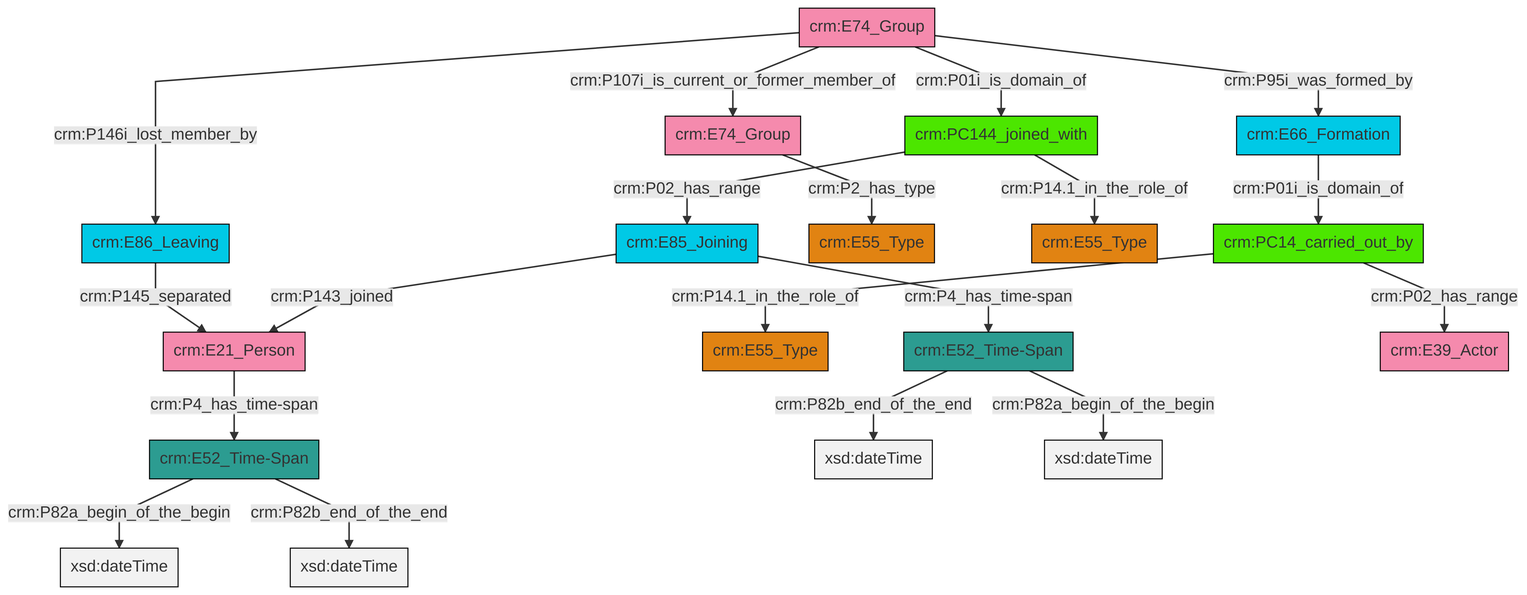
Before: et/groupCSV/ttl/mmd/png/group_actor_relations.png, a diagram exported from Mermaid (swiss-art-research-net/docs.swissartresearch). Its source is kept beside it as et/groupCSV/ttl/mmd/group_actor_relations.ttl.mmd.
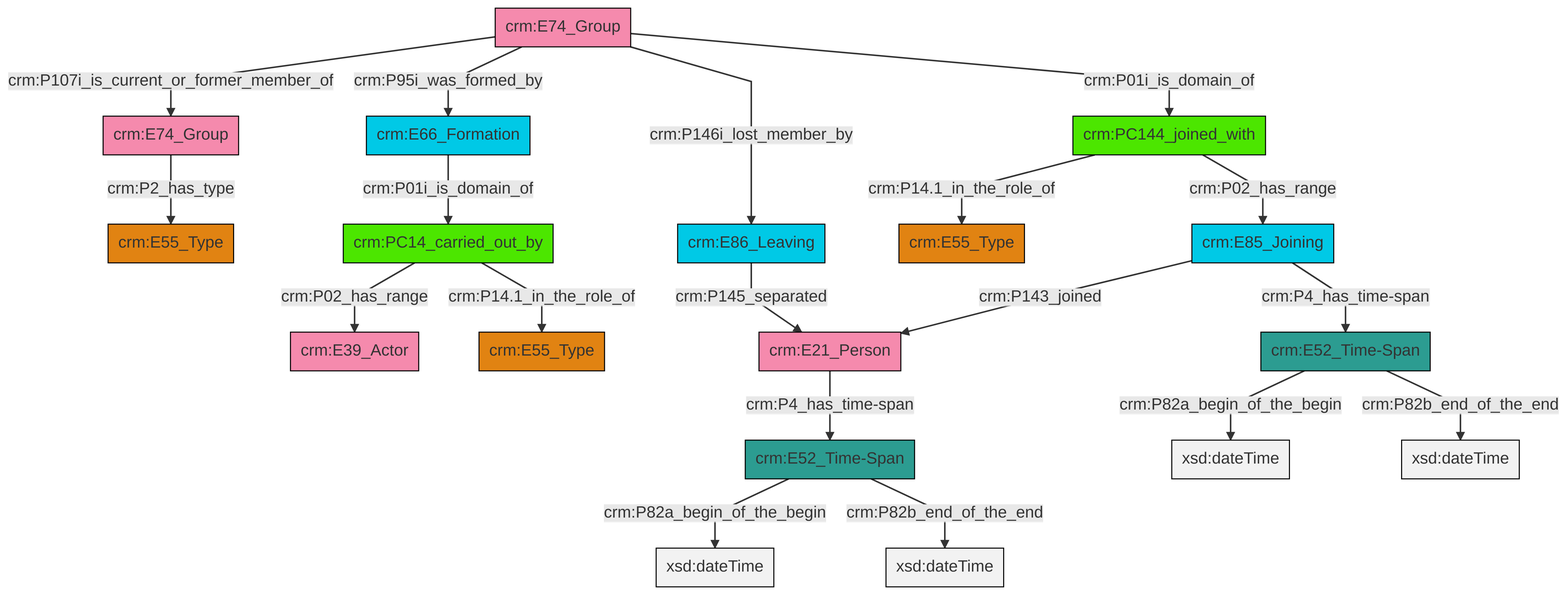
Above is the later version.

What changed in the source:
```diff
@@ -13,21 +13,21 @@
 classDef PC_Classes fill:#4ce600, stroke:#000000;
 classDef Multi fill:#cccccc,stroke:#000000;
 
-0["crm:E85_Joining"]:::Temporal_Entity -->|crm:P4_has_time-span| 1["crm:E52_Time-Span"]:::Time-Span
-4["crm:E21_Person"]:::Actor -->|crm:P4_has_time-span| 5["crm:E52_Time-Span"]:::Time-Span
-7["crm:PC14_carried_out_by"]:::PC_Classes -->|crm:P14.1_in_the_role_of| 2["crm:E55_Type"]:::Type
-7["crm:PC14_carried_out_by"]:::PC_Classes -->|crm:P02_has_range| 14["crm:E39_Actor"]:::Actor
-17["crm:E74_Group"]:::Actor -->|crm:P146i_lost_member_by| 18["crm:E86_Leaving"]:::Temporal_Entity
-17["crm:E74_Group"]:::Actor -->|crm:P95i_was_formed_by| 20["crm:E66_Formation"]:::Temporal_Entity
-20["crm:E66_Formation"]:::Temporal_Entity -->|crm:P01i_is_domain_of| 7["crm:PC14_carried_out_by"]:::PC_Classes
-21["crm:E74_Group"]:::Actor -->|crm:P2_has_type| 10["crm:E55_Type"]:::Type
-5["crm:E52_Time-Span"]:::Time-Span -->|crm:P82a_begin_of_the_begin| 25[xsd:dateTime]:::Literal
-8["crm:PC144_joined_with"]:::PC_Classes -->|crm:P02_has_range| 0["crm:E85_Joining"]:::Temporal_Entity
-17["crm:E74_Group"]:::Actor -->|crm:P107i_is_current_or_former_member_of| 21["crm:E74_Group"]:::Actor
-1["crm:E52_Time-Span"]:::Time-Span -->|crm:P82b_end_of_the_end| 27[xsd:dateTime]:::Literal
-0["crm:E85_Joining"]:::Temporal_Entity -->|crm:P143_joined| 4["crm:E21_Person"]:::Actor
-1["crm:E52_Time-Span"]:::Time-Span -->|crm:P82a_begin_of_the_begin| 30[xsd:dateTime]:::Literal
-8["crm:PC144_joined_with"]:::PC_Classes -->|crm:P14.1_in_the_role_of| 15["crm:E55_Type"]:::Type
-17["crm:E74_Group"]:::Actor -->|crm:P01i_is_domain_of| 8["crm:PC144_joined_with"]:::PC_Classes
-5["crm:E52_Time-Span"]:::Time-Span -->|crm:P82b_end_of_the_end| 33[xsd:dateTime]:::Literal
-18["crm:E86_Leaving"]:::Temporal_Entity -->|crm:P145_separated| 4["crm:E21_Person"]:::Actor
+12["crm:PC144_joined_with"]:::PC_Classes -->|crm:P02_has_range| 13["crm:E85_Joining"]:::Temporal_Entity
+4["crm:E74_Group"]:::Actor -->|crm:P146i_lost_member_by| 14["crm:E86_Leaving"]:::Temporal_Entity
+17["crm:E66_Formation"]:::Temporal_Entity -->|crm:P01i_is_domain_of| 18["crm:PC14_carried_out_by"]:::PC_Classes
+13["crm:E85_Joining"]:::Temporal_Entity -->|crm:P143_joined| 10["crm:E21_Person"]:::Actor
+20["crm:E74_Group"]:::Actor -->|crm:P2_has_type| 6["crm:E55_Type"]:::Type
+4["crm:E74_Group"]:::Actor -->|crm:P107i_is_current_or_former_member_of| 20["crm:E74_Group"]:::Actor
+0["crm:E52_Time-Span"]:::Time-Span -->|crm:P82a_begin_of_the_begin| 21[xsd:dateTime]:::Literal
+4["crm:E74_Group"]:::Actor -->|crm:P95i_was_formed_by| 17["crm:E66_Formation"]:::Temporal_Entity
+14["crm:E86_Leaving"]:::Temporal_Entity -->|crm:P145_separated| 10["crm:E21_Person"]:::Actor
+27["crm:E52_Time-Span"]:::Time-Span -->|crm:P82a_begin_of_the_begin| 28[xsd:dateTime]:::Literal
+0["crm:E52_Time-Span"]:::Time-Span -->|crm:P82b_end_of_the_end| 29[xsd:dateTime]:::Literal
+18["crm:PC14_carried_out_by"]:::PC_Classes -->|crm:P02_has_range| 2["crm:E39_Actor"]:::Actor
+10["crm:E21_Person"]:::Actor -->|crm:P4_has_time-span| 0["crm:E52_Time-Span"]:::Time-Span
+12["crm:PC144_joined_with"]:::PC_Classes -->|crm:P14.1_in_the_role_of| 15["crm:E55_Type"]:::Type
+13["crm:E85_Joining"]:::Temporal_Entity -->|crm:P4_has_time-span| 27["crm:E52_Time-Span"]:::Time-Span
+18["crm:PC14_carried_out_by"]:::PC_Classes -->|crm:P14.1_in_the_role_of| 8["crm:E55_Type"]:::Type
+27["crm:E52_Time-Span"]:::Time-Span -->|crm:P82b_end_of_the_end| 34[xsd:dateTime]:::Literal
+4["crm:E74_Group"]:::Actor -->|crm:P01i_is_domain_of| 12["crm:PC144_joined_with"]:::PC_Classes
```
